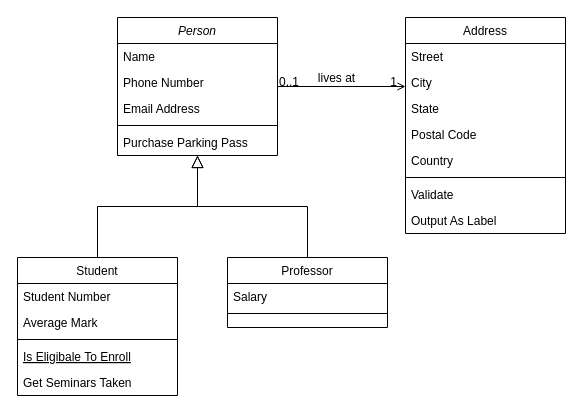
Before: Untitled Diagram.drawio in Murat567565/projectIKBO1919, a draw.io diagram. Source tidied: cells renumbered, new cells numbered last; positions are measured from the earlier drawing's top-left corner, leaving out a move shared by most shapes. Both pictures are drawn from the tidied source at 100%, with x=0, y=0 at pixel (17, 17).
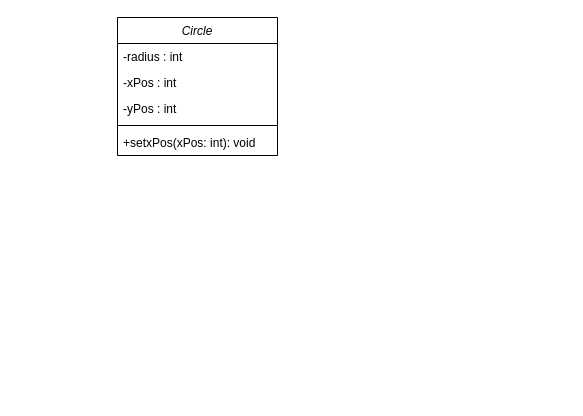
The same page after the edit.

Diff of the diagram source:
```diff
@@
-    <mxCell id="2" value="Person" style="swimlane;fontStyle=2;align=center;verticalAlign=top;horizontal=1;startSize=26;rounded=0;shadow=0;strokeWidth=1;" parent="1" vertex="1">
+    <mxCell id="2" value="Circle" style="swimlane;fontStyle=2;align=center;verticalAlign=top;horizontal=1;startSize=26;rounded=0;shadow=0;strokeWidth=1;" parent="1" vertex="1">
       <mxGeometry x="100" width="160" height="138" as="geometry" />
     </mxCell>
-    <mxCell id="3" value="Name" style="text;align=left;verticalAlign=top;spacingLeft=4;spacingRight=4;overflow=hidden;" parent="2" vertex="1">
+    <mxCell id="3" value="-radius : int" style="text;align=left;verticalAlign=top;spacingLeft=4;spacingRight=4;overflow=hidden;" parent="2" vertex="1">
       <mxGeometry y="26" width="160" height="26" as="geometry" />
     </mxCell>
-    <mxCell id="4" value="Phone Number" style="text;align=left;verticalAlign=top;spacingLeft=4;spacingRight=4;overflow=hidden;rounded=0;shadow=0;html=0;" parent="2" vertex="1">
-      <mxGeometry y="52" width="160" height="26" as="geometry" />
-    </mxCell>
-    <mxCell id="5" value="Email Address" style="text;align=left;verticalAlign=top;spacingLeft=4;spacingRight=4;overflow=hidden;rounded=0;shadow=0;html=0;" parent="2" vertex="1">
-      <mxGeometry y="78" width="160" height="26" as="geometry" />
-    </mxCell>
+    <mxCell id="32" value="-xPos : int" style="text;align=left;verticalAlign=top;spacingLeft=4;spacingRight=4;overflow=hidden;" parent="2" vertex="1">
+      <mxGeometry y="52" width="160" height="26" as="geometry" />
+    </mxCell>
+    <mxCell id="33" value="-yPos : int" style="text;align=left;verticalAlign=top;spacingLeft=4;spacingRight=4;overflow=hidden;" parent="2" vertex="1">
+      <mxGeometry y="78" width="160" height="26" as="geometry" />
+    </mxCell>
@@
-    <mxCell id="7" value="Purchase Parking Pass" style="text;align=left;verticalAlign=top;spacingLeft=4;spacingRight=4;overflow=hidden;" parent="2" vertex="1">
-      <mxGeometry y="112" width="160" height="26" as="geometry" />
-    </mxCell>
-    <mxCell id="8" value="Student" style="swimlane;fontStyle=0;align=center;verticalAlign=top;horizontal=1;startSize=26;rounded=0;shadow=0;strokeWidth=1;" parent="1" vertex="1">
-      <mxGeometry y="240" width="160" height="138" as="geometry" />
-    </mxCell>
-    <mxCell id="9" value="Student Number" style="text;align=left;verticalAlign=top;spacingLeft=4;spacingRight=4;overflow=hidden;" parent="8" vertex="1">
-      <mxGeometry y="26" width="160" height="26" as="geometry" />
-    </mxCell>
-    <mxCell id="10" value="Average Mark" style="text;align=left;verticalAlign=top;spacingLeft=4;spacingRight=4;overflow=hidden;rounded=0;shadow=0;html=0;" parent="8" vertex="1">
-      <mxGeometry y="52" width="160" height="26" as="geometry" />
-    </mxCell>
-    <mxCell id="11" style="line;html=1;strokeWidth=1;align=left;verticalAlign=middle;spacingTop=-1;spacingLeft=3;spacingRight=3;labelPosition=right;" parent="8" vertex="1">
-      <mxGeometry y="78" width="160" height="8" as="geometry" />
-    </mxCell>
-    <mxCell id="12" value="Is Eligibale To Enroll" style="text;align=left;verticalAlign=top;spacingLeft=4;spacingRight=4;overflow=hidden;fontStyle=4;" parent="8" vertex="1">
-      <mxGeometry y="86" width="160" height="26" as="geometry" />
-    </mxCell>
-    <mxCell id="13" value="Get Seminars Taken" style="text;align=left;verticalAlign=top;spacingLeft=4;spacingRight=4;overflow=hidden;" parent="8" vertex="1">
-      <mxGeometry y="112" width="160" height="26" as="geometry" />
-    </mxCell>
-    <mxCell id="14" style="endArrow=block;endSize=10;endFill=0;shadow=0;strokeWidth=1;rounded=0;edgeStyle=elbowEdgeStyle;elbow=vertical;" parent="1" edge="1" source="8" target="2">
-      <mxGeometry relative="1" as="geometry" />
-    </mxCell>
-    <mxCell id="15" value="Professor" style="swimlane;fontStyle=0;align=center;verticalAlign=top;horizontal=1;startSize=26;rounded=0;shadow=0;strokeWidth=1;" parent="1" vertex="1">
-      <mxGeometry x="210" y="240" width="160" height="70" as="geometry" />
-    </mxCell>
-    <mxCell id="16" value="Salary" style="text;align=left;verticalAlign=top;spacingLeft=4;spacingRight=4;overflow=hidden;" parent="15" vertex="1">
-      <mxGeometry y="26" width="160" height="26" as="geometry" />
-    </mxCell>
-    <mxCell id="17" style="line;html=1;strokeWidth=1;align=left;verticalAlign=middle;spacingTop=-1;spacingLeft=3;spacingRight=3;labelPosition=right;" parent="15" vertex="1">
-      <mxGeometry y="52" width="160" height="8" as="geometry" />
-    </mxCell>
-    <mxCell id="18" style="endArrow=block;endSize=10;endFill=0;shadow=0;strokeWidth=1;rounded=0;edgeStyle=elbowEdgeStyle;elbow=vertical;" parent="1" edge="1" source="15" target="2">
-      <mxGeometry relative="1" as="geometry" />
-    </mxCell>
-    <mxCell id="19" value="Address" style="swimlane;fontStyle=0;align=center;verticalAlign=top;horizontal=1;startSize=26;rounded=0;shadow=0;strokeWidth=1;" parent="1" vertex="1">
-      <mxGeometry x="388" width="160" height="216" as="geometry" />
-    </mxCell>
-    <mxCell id="20" value="Street" style="text;align=left;verticalAlign=top;spacingLeft=4;spacingRight=4;overflow=hidden;" parent="19" vertex="1">
-      <mxGeometry y="26" width="160" height="26" as="geometry" />
-    </mxCell>
-    <mxCell id="21" value="City" style="text;align=left;verticalAlign=top;spacingLeft=4;spacingRight=4;overflow=hidden;rounded=0;shadow=0;html=0;" parent="19" vertex="1">
-      <mxGeometry y="52" width="160" height="26" as="geometry" />
-    </mxCell>
-    <mxCell id="22" value="State" style="text;align=left;verticalAlign=top;spacingLeft=4;spacingRight=4;overflow=hidden;rounded=0;shadow=0;html=0;" parent="19" vertex="1">
-      <mxGeometry y="78" width="160" height="26" as="geometry" />
-    </mxCell>
-    <mxCell id="23" value="Postal Code" style="text;align=left;verticalAlign=top;spacingLeft=4;spacingRight=4;overflow=hidden;rounded=0;shadow=0;html=0;" parent="19" vertex="1">
-      <mxGeometry y="104" width="160" height="26" as="geometry" />
-    </mxCell>
-    <mxCell id="24" value="Country" style="text;align=left;verticalAlign=top;spacingLeft=4;spacingRight=4;overflow=hidden;rounded=0;shadow=0;html=0;" parent="19" vertex="1">
-      <mxGeometry y="130" width="160" height="26" as="geometry" />
-    </mxCell>
-    <mxCell id="25" style="line;html=1;strokeWidth=1;align=left;verticalAlign=middle;spacingTop=-1;spacingLeft=3;spacingRight=3;labelPosition=right;" parent="19" vertex="1">
-      <mxGeometry y="156" width="160" height="8" as="geometry" />
-    </mxCell>
-    <mxCell id="26" value="Validate" style="text;align=left;verticalAlign=top;spacingLeft=4;spacingRight=4;overflow=hidden;" parent="19" vertex="1">
-      <mxGeometry y="164" width="160" height="26" as="geometry" />
-    </mxCell>
-    <mxCell id="27" value="Output As Label" style="text;align=left;verticalAlign=top;spacingLeft=4;spacingRight=4;overflow=hidden;" parent="19" vertex="1">
-      <mxGeometry y="190" width="160" height="26" as="geometry" />
-    </mxCell>
-    <mxCell id="28" style="endArrow=open;shadow=0;strokeWidth=1;rounded=0;endFill=1;edgeStyle=elbowEdgeStyle;elbow=vertical;" parent="1" edge="1" source="2" target="19">
-      <mxGeometry x="0.5" y="41" relative="1" as="geometry">
-        <mxPoint x="-40" y="32" as="offset" />
-      </mxGeometry>
-    </mxCell>
-    <mxCell id="29" value="0..1" style="align=left;verticalAlign=bottom;labelBackgroundColor=none;fontSize=12;" parent="28" vertex="1">
-      <mxGeometry x="-1" relative="1" as="geometry">
-        <mxPoint y="4" as="offset" />
-      </mxGeometry>
-    </mxCell>
-    <mxCell id="30" value="1" style="align=right;verticalAlign=bottom;labelBackgroundColor=none;fontSize=12;" parent="28" vertex="1">
-      <mxGeometry x="1" relative="1" as="geometry">
-        <mxPoint x="-7" y="4" as="offset" />
-      </mxGeometry>
-    </mxCell>
-    <mxCell id="31" value="lives at" style="text;html=1;align=center;verticalAlign=middle;labelBackgroundColor=none;rounded=0;shadow=0;strokeWidth=1;fontSize=12;" parent="28" vertex="1">
-      <mxGeometry x="0.5" y="49" relative="1" as="geometry">
-        <mxPoint x="-38" y="40" as="offset" />
-      </mxGeometry>
-    </mxCell>
+    <mxCell id="34" value="+setxPos(xPos: int): void  " style="text;align=left;verticalAlign=top;spacingLeft=4;spacingRight=4;overflow=hidden;" parent="2" vertex="1">
+      <mxGeometry y="112" width="160" height="26" as="geometry" />
+    </mxCell>
```
